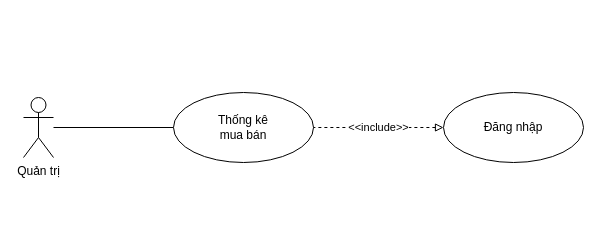
Before: page "Page-5" (5 of 7) of Nam3_HK1/CNPM_SoftTech/Usecase Diagrams/UseCaseDiagram_TongQuat.drawio in EdgarIgnite16/SGU-Course, a draw.io diagram. Source tidied: cells renumbered, new cells numbered last; positions are measured from the earlier drawing's top-left corner, leaving out a move shared by most shapes. Both pictures are drawn from the tidied source at 100%, with x=0, y=0 at pixel (23, 92).
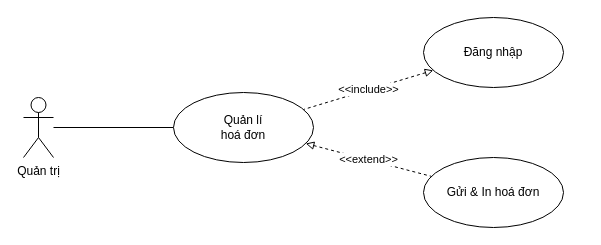
After the change.

Diff of the diagram source:
```diff
@@
 <mxGraphModel>
   <root>
     <mxCell id="0" />
     <mxCell id="1" parent="0" />
     <mxCell id="2" style="edgeStyle=none;rounded=0;jettySize=auto;html=1;endArrow=none;endFill=0;startArrow=none;" parent="1" edge="1" source="6" target="4">
       <mxGeometry relative="1" as="geometry" />
     </mxCell>
     <mxCell id="3" value="Đăng nhập" style="ellipse;whiteSpace=wrap;html=1;" parent="1" vertex="1">
-      <mxGeometry x="420" width="140" height="70" as="geometry" />
+      <mxGeometry x="400" y="-75" width="140" height="70" as="geometry" />
     </mxCell>
-    <mxCell id="4" value="Thống kê&lt;br&gt;mua bán" style="ellipse;whiteSpace=wrap;html=1;" parent="1" vertex="1">
+    <mxCell id="4" value="Quản lí&lt;br&gt;hoá đơn" style="ellipse;whiteSpace=wrap;html=1;" parent="1" vertex="1">
       <mxGeometry x="150" width="140" height="70" as="geometry" />
     </mxCell>
     <mxCell id="5" value="&amp;lt;&amp;lt;include&amp;gt;&amp;gt;" style="jettySize=auto;html=1;strokeColor=default;rounded=0;dashed=1;endArrow=none;endFill=0;startArrow=block;startFill=0;" parent="1" edge="1" source="3" target="4">
       <mxGeometry relative="1" as="geometry" />
     </mxCell>
     <mxCell id="6" value="Quản trị" style="shape=umlActor;verticalLabelPosition=bottom;verticalAlign=top;html=1;outlineConnect=0;" parent="1" vertex="1">
       <mxGeometry y="5" width="30" height="60" as="geometry" />
     </mxCell>
+    <mxCell id="7" value="Gửi &amp;amp; In hoá đơn" style="ellipse;whiteSpace=wrap;html=1;" parent="1" vertex="1">
+      <mxGeometry x="400" y="65" width="140" height="70" as="geometry" />
+    </mxCell>
+    <mxCell id="8" value="&amp;lt;&amp;lt;extend&amp;gt;&amp;gt;" style="edgeStyle=none;rounded=0;jettySize=auto;html=1;startArrow=block;startFill=0;endArrow=none;endFill=0;dashed=1;" parent="1" edge="1" source="4" target="7">
+      <mxGeometry relative="1" as="geometry" />
+    </mxCell>
   </root>
 </mxGraphModel>
```
